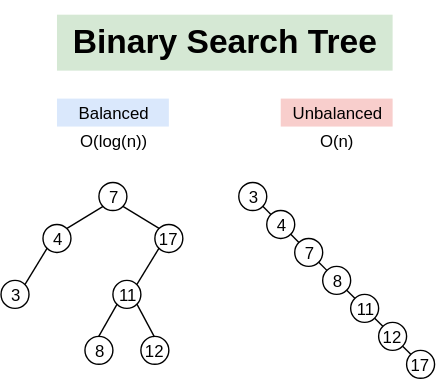
Above: blogs/mysql数据库原理/B-tree/problem_of_binary_search_tree.svg in polarbear0330/polarbear0330.github.io (draw.io), before the change. Source tidied: cells renumbered, new cells last; positions are measured from the earlier drawing's top-left corner, leaving out a move shared by most shapes.
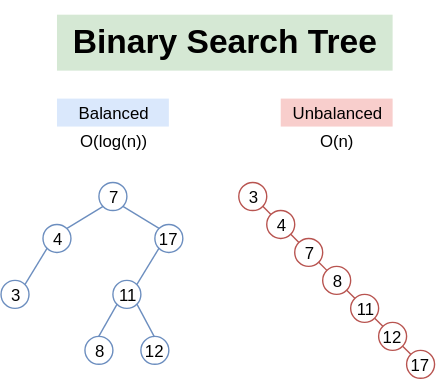
Later version of the same file.

Commit message:
b tree gif

The edit, as a diff of the source:
```diff
@@ -17,82 +17,82 @@
     <mxCell id="6" value="O(n)" style="text;html=1;strokeColor=none;fillColor=none;align=center;verticalAlign=middle;whiteSpace=wrap;rounded=0;" parent="1" vertex="1">
       <mxGeometry x="200" y="80" width="80" height="20" as="geometry" />
     </mxCell>
-    <mxCell id="7" value="7" style="ellipse;whiteSpace=wrap;html=1;fillColor=#ffffff;align=center;" parent="1" vertex="1">
+    <mxCell id="7" value="7" style="ellipse;whiteSpace=wrap;html=1;fillColor=none;align=center;strokeColor=#6c8ebf;" parent="1" vertex="1">
       <mxGeometry x="70" y="120" width="20" height="20" as="geometry" />
     </mxCell>
-    <mxCell id="8" value="4" style="ellipse;whiteSpace=wrap;html=1;fillColor=#ffffff;align=center;" parent="1" vertex="1">
+    <mxCell id="8" value="4" style="ellipse;whiteSpace=wrap;html=1;fillColor=none;align=center;strokeColor=#6c8ebf;" parent="1" vertex="1">
       <mxGeometry x="30" y="150" width="20" height="20" as="geometry" />
     </mxCell>
-    <mxCell id="9" value="17" style="ellipse;whiteSpace=wrap;html=1;fillColor=#ffffff;align=center;" parent="1" vertex="1">
+    <mxCell id="9" value="17" style="ellipse;whiteSpace=wrap;html=1;fillColor=none;align=center;strokeColor=#6c8ebf;" parent="1" vertex="1">
       <mxGeometry x="110" y="150" width="20" height="20" as="geometry" />
     </mxCell>
-    <mxCell id="10" value="11" style="ellipse;whiteSpace=wrap;html=1;fillColor=#ffffff;align=center;" parent="1" vertex="1">
+    <mxCell id="10" value="11" style="ellipse;whiteSpace=wrap;html=1;fillColor=none;align=center;strokeColor=#6c8ebf;" parent="1" vertex="1">
       <mxGeometry x="80" y="190" width="20" height="20" as="geometry" />
     </mxCell>
-    <mxCell id="11" value="8" style="ellipse;whiteSpace=wrap;html=1;fillColor=#ffffff;align=center;" parent="1" vertex="1">
+    <mxCell id="11" value="8" style="ellipse;whiteSpace=wrap;html=1;fillColor=none;align=center;strokeColor=#6c8ebf;" parent="1" vertex="1">
       <mxGeometry x="60" y="230" width="20" height="20" as="geometry" />
     </mxCell>
-    <mxCell id="12" value="12" style="ellipse;whiteSpace=wrap;html=1;fillColor=#ffffff;align=center;" parent="1" vertex="1">
+    <mxCell id="12" value="12" style="ellipse;whiteSpace=wrap;html=1;fillColor=none;align=center;strokeColor=#6c8ebf;" parent="1" vertex="1">
       <mxGeometry x="100" y="230" width="20" height="20" as="geometry" />
     </mxCell>
-    <mxCell id="13" value="3" style="ellipse;whiteSpace=wrap;html=1;fillColor=#ffffff;align=center;" parent="1" vertex="1">
+    <mxCell id="13" value="3" style="ellipse;whiteSpace=wrap;html=1;fillColor=none;align=center;strokeColor=#6c8ebf;" parent="1" vertex="1">
       <mxGeometry y="190" width="20" height="20" as="geometry" />
     </mxCell>
-    <mxCell id="14" style="endArrow=none;html=1;entryX=0;entryY=1;exitX=1;exitY=0;" parent="1" edge="1" source="8" target="7">
+    <mxCell id="14" style="endArrow=none;html=1;entryX=0;entryY=1;exitX=1;exitY=0;fillColor=#dae8fc;strokeColor=#6c8ebf;" parent="1" edge="1" source="8" target="7">
       <mxGeometry relative="1" as="geometry" />
     </mxCell>
-    <mxCell id="15" style="endArrow=none;html=1;entryX=1;entryY=1;exitX=0;exitY=0;" parent="1" edge="1" source="9" target="7">
+    <mxCell id="15" style="endArrow=none;html=1;entryX=1;entryY=1;exitX=0;exitY=0;fillColor=#dae8fc;strokeColor=#6c8ebf;" parent="1" edge="1" source="9" target="7">
       <mxGeometry relative="1" as="geometry" />
     </mxCell>
-    <mxCell id="16" style="endArrow=none;html=1;entryX=0;entryY=1;exitX=1;exitY=0;" parent="1" edge="1" source="10" target="9">
+    <mxCell id="16" style="endArrow=none;html=1;entryX=0;entryY=1;exitX=1;exitY=0;fillColor=#dae8fc;strokeColor=#6c8ebf;" parent="1" edge="1" source="10" target="9">
       <mxGeometry relative="1" as="geometry" />
     </mxCell>
-    <mxCell id="17" style="endArrow=none;html=1;entryX=0;entryY=1;exitX=1;exitY=0;" parent="1" edge="1" source="13" target="8">
+    <mxCell id="17" style="endArrow=none;html=1;entryX=0;entryY=1;exitX=1;exitY=0;fillColor=#dae8fc;strokeColor=#6c8ebf;" parent="1" edge="1" source="13" target="8">
       <mxGeometry relative="1" as="geometry" />
     </mxCell>
-    <mxCell id="18" style="endArrow=none;html=1;entryX=0;entryY=1;exitX=0.5;exitY=0;" parent="1" edge="1" source="11" target="10">
+    <mxCell id="18" style="endArrow=none;html=1;entryX=0;entryY=1;exitX=0.5;exitY=0;fillColor=#dae8fc;strokeColor=#6c8ebf;" parent="1" edge="1" source="11" target="10">
       <mxGeometry relative="1" as="geometry" />
     </mxCell>
-    <mxCell id="19" style="endArrow=none;html=1;entryX=1;entryY=1;exitX=0.5;exitY=0;" parent="1" edge="1" source="12" target="10">
+    <mxCell id="19" style="endArrow=none;html=1;entryX=1;entryY=1;exitX=0.5;exitY=0;fillColor=#dae8fc;strokeColor=#6c8ebf;" parent="1" edge="1" source="12" target="10">
       <mxGeometry relative="1" as="geometry" />
     </mxCell>
-    <mxCell id="20" value="3" style="ellipse;whiteSpace=wrap;html=1;fillColor=#ffffff;align=center;" parent="1" vertex="1">
+    <mxCell id="20" value="3" style="ellipse;whiteSpace=wrap;html=1;fillColor=none;align=center;strokeColor=#b85450;" parent="1" vertex="1">
       <mxGeometry x="170" y="120" width="20" height="20" as="geometry" />
     </mxCell>
-    <mxCell id="21" value="4" style="ellipse;whiteSpace=wrap;html=1;fillColor=#ffffff;align=center;" parent="1" vertex="1">
+    <mxCell id="21" value="4" style="ellipse;whiteSpace=wrap;html=1;fillColor=none;align=center;strokeColor=#b85450;" parent="1" vertex="1">
       <mxGeometry x="190" y="140" width="20" height="20" as="geometry" />
     </mxCell>
-    <mxCell id="22" style="endArrow=none;html=1;entryX=1;entryY=1;exitX=0;exitY=0;" parent="1" edge="1" source="21" target="20">
+    <mxCell id="22" style="endArrow=none;html=1;entryX=1;entryY=1;exitX=0;exitY=0;fillColor=#f8cecc;strokeColor=#b85450;" parent="1" edge="1" source="21" target="20">
       <mxGeometry relative="1" as="geometry" />
     </mxCell>
-    <mxCell id="23" value="11" style="ellipse;whiteSpace=wrap;html=1;fillColor=#ffffff;align=center;" parent="1" vertex="1">
+    <mxCell id="23" value="11" style="ellipse;whiteSpace=wrap;html=1;fillColor=none;align=center;strokeColor=#b85450;" parent="1" vertex="1">
       <mxGeometry x="250" y="200" width="20" height="20" as="geometry" />
     </mxCell>
-    <mxCell id="24" value="12" style="ellipse;whiteSpace=wrap;html=1;fillColor=#ffffff;align=center;" parent="1" vertex="1">
+    <mxCell id="24" value="12" style="ellipse;whiteSpace=wrap;html=1;fillColor=none;align=center;strokeColor=#b85450;" parent="1" vertex="1">
       <mxGeometry x="270" y="220" width="20" height="20" as="geometry" />
     </mxCell>
-    <mxCell id="25" style="endArrow=none;html=1;entryX=1;entryY=1;exitX=0;exitY=0;" parent="1" edge="1" source="24" target="23">
+    <mxCell id="25" style="endArrow=none;html=1;entryX=1;entryY=1;exitX=0;exitY=0;fillColor=#f8cecc;strokeColor=#b85450;" parent="1" edge="1" source="24" target="23">
       <mxGeometry relative="1" as="geometry" />
     </mxCell>
-    <mxCell id="26" value="7" style="ellipse;whiteSpace=wrap;html=1;fillColor=#ffffff;align=center;" parent="1" vertex="1">
+    <mxCell id="26" value="7" style="ellipse;whiteSpace=wrap;html=1;fillColor=none;align=center;strokeColor=#b85450;" parent="1" vertex="1">
       <mxGeometry x="210" y="160" width="20" height="20" as="geometry" />
     </mxCell>
-    <mxCell id="27" value="8" style="ellipse;whiteSpace=wrap;html=1;fillColor=#ffffff;align=center;" parent="1" vertex="1">
+    <mxCell id="27" value="8" style="ellipse;whiteSpace=wrap;html=1;fillColor=none;align=center;strokeColor=#b85450;" parent="1" vertex="1">
       <mxGeometry x="230" y="180" width="20" height="20" as="geometry" />
     </mxCell>
-    <mxCell id="28" style="endArrow=none;html=1;entryX=1;entryY=1;exitX=0;exitY=0;" parent="1" edge="1" source="27" target="26">
+    <mxCell id="28" style="endArrow=none;html=1;entryX=1;entryY=1;exitX=0;exitY=0;fillColor=#f8cecc;strokeColor=#b85450;" parent="1" edge="1" source="27" target="26">
       <mxGeometry relative="1" as="geometry" />
     </mxCell>
-    <mxCell id="29" value="17" style="ellipse;whiteSpace=wrap;html=1;fillColor=#ffffff;align=center;" parent="1" vertex="1">
+    <mxCell id="29" value="17" style="ellipse;whiteSpace=wrap;html=1;fillColor=none;align=center;strokeColor=#b85450;" parent="1" vertex="1">
       <mxGeometry x="290" y="240" width="20" height="20" as="geometry" />
     </mxCell>
-    <mxCell id="30" style="endArrow=none;html=1;entryX=1;entryY=1;exitX=0;exitY=0;" parent="1" edge="1" source="26" target="21">
+    <mxCell id="30" style="endArrow=none;html=1;entryX=1;entryY=1;exitX=0;exitY=0;fillColor=#f8cecc;strokeColor=#b85450;" parent="1" edge="1" source="26" target="21">
       <mxGeometry relative="1" as="geometry" />
     </mxCell>
-    <mxCell id="31" style="endArrow=none;html=1;entryX=1;entryY=1;exitX=0;exitY=0;" parent="1" edge="1" source="23" target="27">
+    <mxCell id="31" style="endArrow=none;html=1;entryX=1;entryY=1;exitX=0;exitY=0;fillColor=#f8cecc;strokeColor=#b85450;" parent="1" edge="1" source="23" target="27">
       <mxGeometry relative="1" as="geometry" />
     </mxCell>
-    <mxCell id="32" style="endArrow=none;html=1;entryX=1;entryY=1;exitX=0;exitY=0;" parent="1" edge="1" source="29" target="24">
+    <mxCell id="32" style="endArrow=none;html=1;entryX=1;entryY=1;exitX=0;exitY=0;fillColor=#f8cecc;strokeColor=#b85450;" parent="1" edge="1" source="29" target="24">
       <mxGeometry relative="1" as="geometry" />
     </mxCell>
   </root>
```
